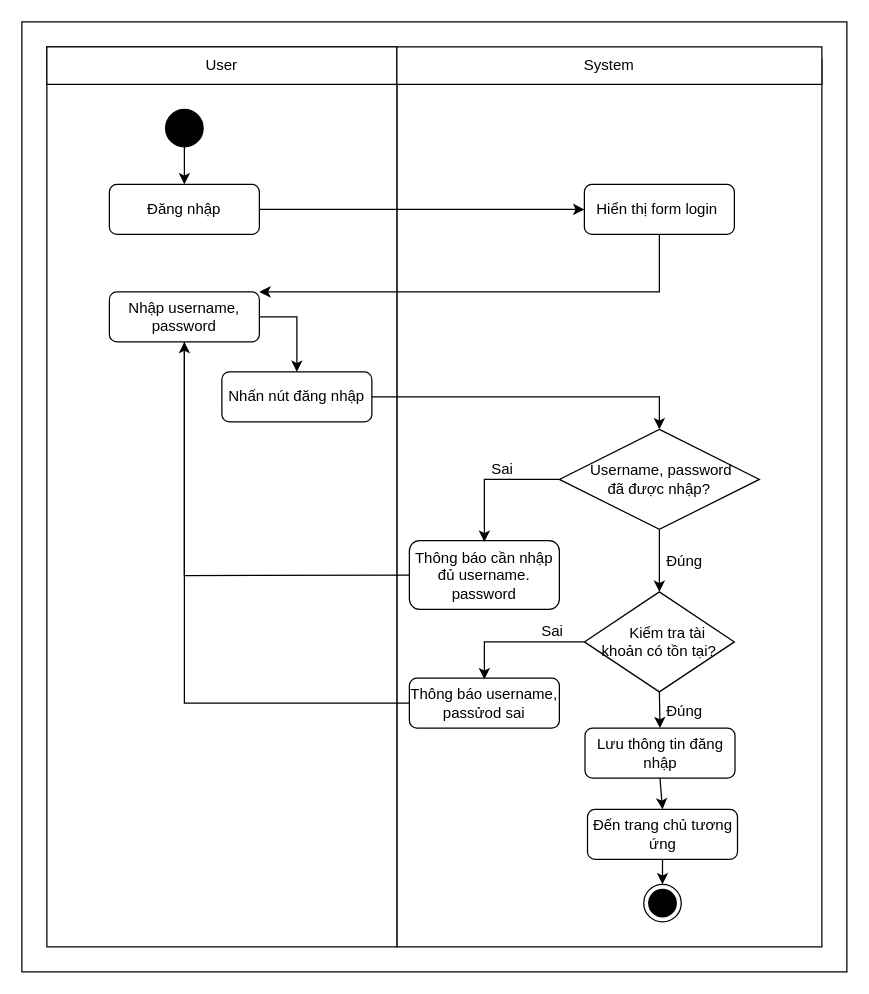
Above: page "login" (1 of 13) of 2.basic-dessign/feature-description/image/activitty-diagram.drawio in myle1003/clothing-and-accessories-store (draw.io), before the change. Source tidied: cells renumbered, new cells numbered last; positions are measured from the earlier drawing's top-left corner, leaving out a move shared by most shapes. Both pictures are drawn from the tidied source at 125%, with x=0, y=0 at pixel (21, 21).
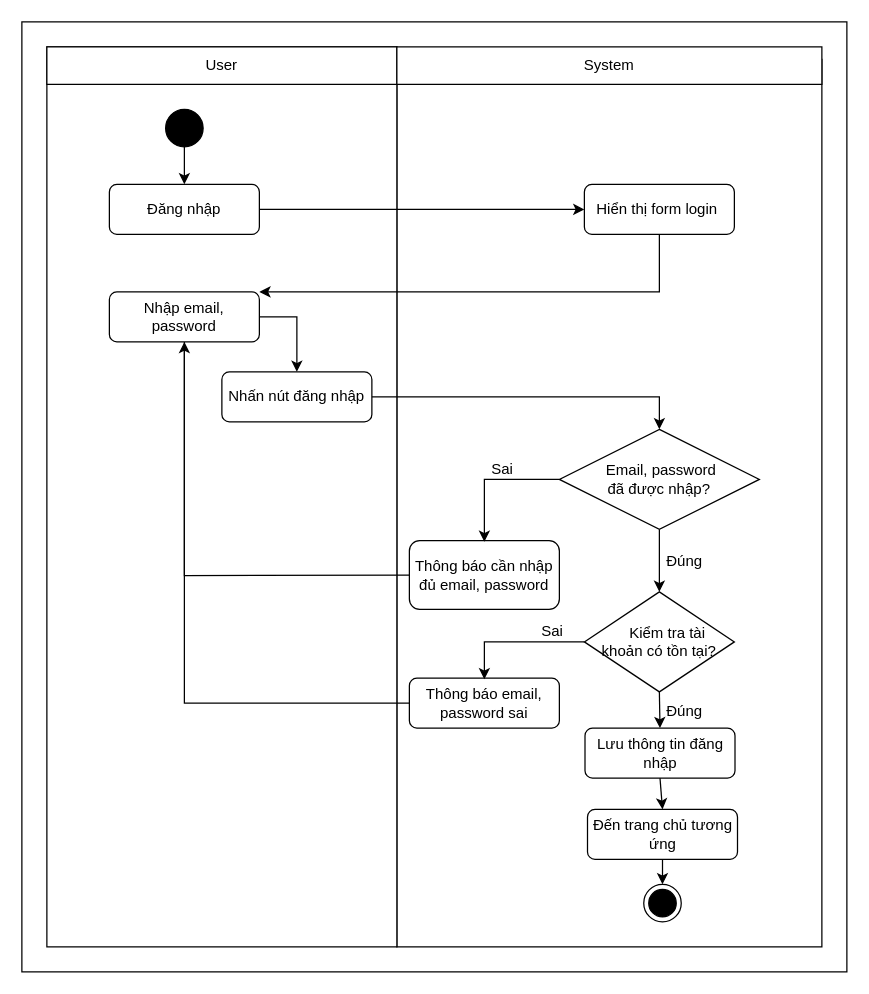
The same diagram, later.

Diff of the diagram source:
```diff
@@
-    <mxCell id="10" value="Nhập username, password" style="rounded=1;whiteSpace=wrap;html=1;fillColor=#FFFFFF;" parent="1" vertex="1">
+    <mxCell id="10" value="Nhập email, password" style="rounded=1;whiteSpace=wrap;html=1;fillColor=#FFFFFF;" parent="1" vertex="1">
       <mxGeometry x="70" y="216" width="120" height="40" as="geometry" />
     </mxCell>
-    <mxCell id="11" value="&amp;nbsp;Username, password&lt;br&gt;đã được nhập?" style="rhombus;whiteSpace=wrap;html=1;fillColor=#FFFFFF;" parent="1" vertex="1">
+    <mxCell id="11" value="&amp;nbsp;Email, password&lt;br&gt;đã được nhập?" style="rhombus;whiteSpace=wrap;html=1;fillColor=#FFFFFF;" parent="1" vertex="1">
       <mxGeometry x="430" y="326" width="160" height="80" as="geometry" />
     </mxCell>
@@
-    <mxCell id="13" value="Thông báo cần nhập đủ username. password" style="rounded=1;whiteSpace=wrap;html=1;fillColor=#FFFFFF;" parent="1" vertex="1">
+    <mxCell id="13" value="Thông báo cần nhập đủ email, password" style="rounded=1;whiteSpace=wrap;html=1;fillColor=#FFFFFF;" parent="1" vertex="1">
       <mxGeometry x="310" y="415" width="120" height="55" as="geometry" />
     </mxCell>
-    <mxCell id="14" value="Thông báo username, passửod sai" style="rounded=1;whiteSpace=wrap;html=1;fillColor=#FFFFFF;" parent="1" vertex="1">
+    <mxCell id="14" value="Thông báo email, password sai" style="rounded=1;whiteSpace=wrap;html=1;fillColor=#FFFFFF;" parent="1" vertex="1">
       <mxGeometry x="310" y="525" width="120" height="40" as="geometry" />
     </mxCell>
```
